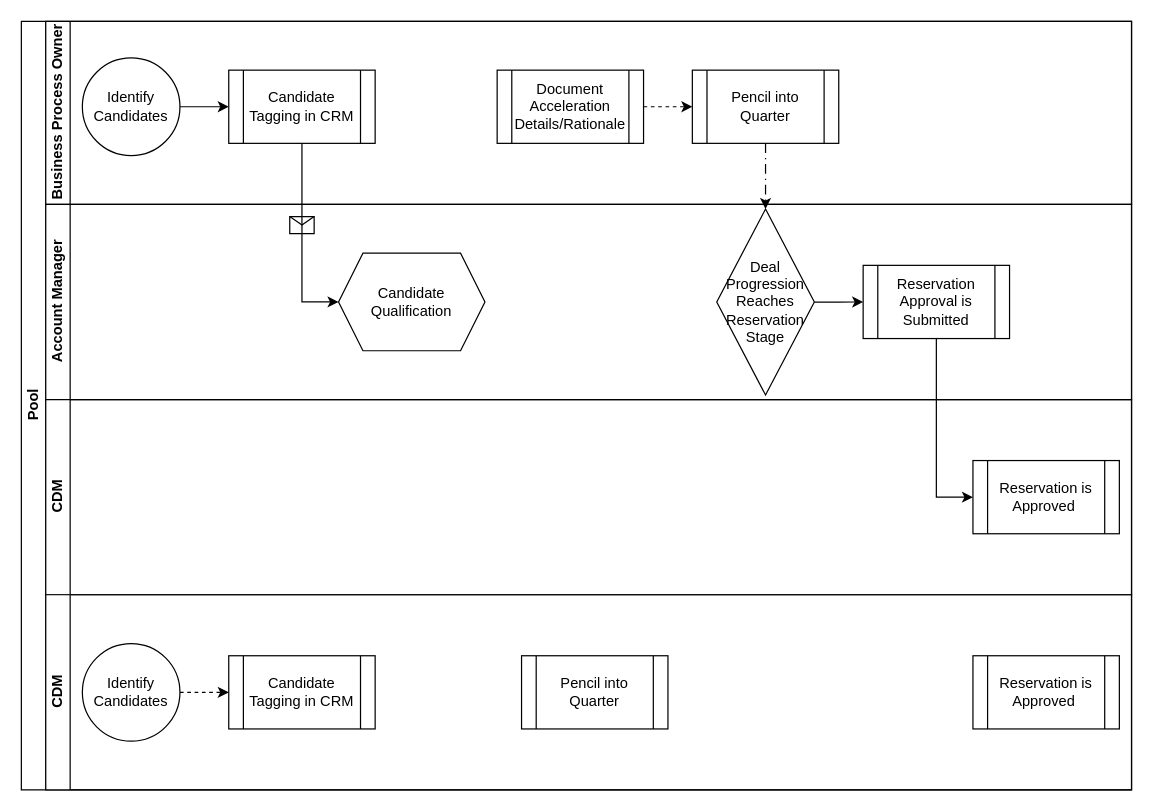
The draw.io diagram page "Ideal SwimLane" (5 of 5) of md/Slot Optimization Program Qualification.drawio in dclose84/Training, before the edit. Source tidied: cells renumbered, new cells numbered last; positions are measured from the earlier drawing's top-left corner, leaving out a move shared by most shapes. Both pictures are drawn from the tidied source at 122%, with x=0, y=0 at pixel (21, 21).
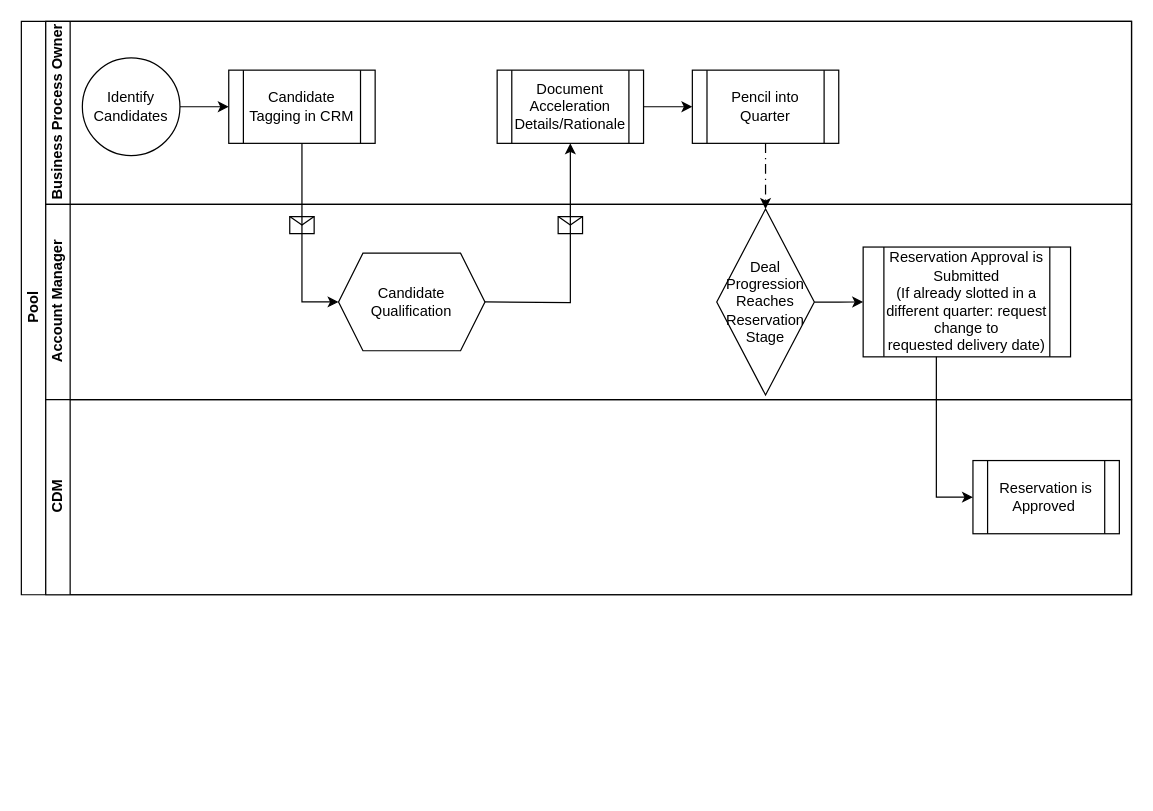
Above is the later version.

The change refers to these unchanged cells:
```xml
<mxCell id="3" value="Business Process Owner" style="swimlane;html=1;startSize=20;horizontal=0;" parent="2" vertex="1">
  <mxGeometry x="20" width="890" height="150" as="geometry" />
</mxCell>
<mxCell id="7" value="Document Acceleration Details/Rationale" style="shape=process;whiteSpace=wrap;html=1;backgroundOutline=1;" parent="3" vertex="1">
  <mxGeometry x="370" y="40" width="120" height="60" as="geometry" />
</mxCell>
<mxCell id="8" value="Pencil into Quarter" style="shape=process;whiteSpace=wrap;html=1;backgroundOutline=1;" parent="3" vertex="1">
  <mxGeometry x="530" y="40" width="120" height="60" as="geometry" />
</mxCell>
<mxCell id="11" value="Account Manager" style="swimlane;html=1;startSize=20;horizontal=0;" parent="2" vertex="1">
  <mxGeometry x="20" y="150" width="890" height="160" as="geometry" />
</mxCell>
<mxCell id="16" value="CDM" style="swimlane;html=1;startSize=20;horizontal=0;" parent="2" vertex="1">
  <mxGeometry x="20" y="310" width="890" height="160" as="geometry" />
</mxCell>
```

Diff of the diagram source:
```diff
@@
     <mxCell id="2" value="Pool" style="swimlane;html=1;horizontal=0;startSize=20;" parent="1" vertex="1">
-      <mxGeometry width="910" height="630" as="geometry" />
+      <mxGeometry width="910" height="470" as="geometry" />
     </mxCell>
@@
-    <mxCell id="9" style="endArrow=classic;html=1;rounded=0;entryX=0;entryY=0.5;entryDx=0;entryDy=0;exitX=1;exitY=0.5;exitDx=0;exitDy=0;dashed=1;" parent="3" edge="1" source="7" target="8">
+    <mxCell id="9" style="endArrow=classic;html=1;rounded=0;entryX=0;entryY=0.5;entryDx=0;entryDy=0;exitX=1;exitY=0.5;exitDx=0;exitDy=0;" parent="3" edge="1" source="7" target="8">
       <mxGeometry relative="1" as="geometry" />
     </mxCell>
@@
-    <mxCell id="15" value="Reservation Approval is Submitted" style="shape=process;whiteSpace=wrap;html=1;backgroundOutline=1;" parent="11" vertex="1">
-      <mxGeometry x="670" y="50" width="120" height="60" as="geometry" />
+    <mxCell id="15" value="Reservation Approval is Submitted&lt;div&gt;(If&amp;nbsp;&lt;span style=&quot;background-color: transparent; color: light-dark(rgb(0, 0, 0), rgb(255, 255, 255));&quot;&gt;already slotted in a different quarter:&lt;/span&gt;&lt;span style=&quot;background-color: transparent; color: light-dark(rgb(0, 0, 0), rgb(255, 255, 255));&quot;&gt;&amp;nbsp;&lt;/span&gt;&lt;span style=&quot;background-color: transparent; color: light-dark(rgb(0, 0, 0), rgb(255, 255, 255));&quot;&gt;request change to requested&lt;/span&gt;&lt;span style=&quot;background-color: transparent; color: light-dark(rgb(0, 0, 0), rgb(255, 255, 255));&quot;&gt;&amp;nbsp;delivery date)&lt;/span&gt;&lt;/div&gt;" style="shape=process;whiteSpace=wrap;html=1;backgroundOutline=1;" parent="11" vertex="1">
+      <mxGeometry x="670" y="35" width="170" height="90" as="geometry" />
     </mxCell>
+    <mxCell id="27" style="shape=message;html=1;" parent="11" vertex="1">
+      <mxGeometry x="420" y="10" width="20" height="14" as="geometry" />
+    </mxCell>
@@
-    <mxCell id="18" value="CDM" style="swimlane;html=1;startSize=20;horizontal=0;" parent="2" vertex="1">
-      <mxGeometry x="20" y="470" width="890" height="160" as="geometry" />
-    </mxCell>
-    <mxCell id="19" value="Reservation is Approved&amp;nbsp;" style="shape=process;whiteSpace=wrap;html=1;backgroundOutline=1;" parent="18" vertex="1">
-      <mxGeometry x="760" y="50" width="120" height="60" as="geometry" />
-    </mxCell>
-    <mxCell id="20" style="edgeStyle=orthogonalEdgeStyle;rounded=0;jettySize=auto;html=1;entryX=0;entryY=0.5;entryDx=0;entryDy=0;dashed=1;" parent="18" edge="1" source="21" target="22">
-      <mxGeometry relative="1" as="geometry" />
-    </mxCell>
-    <mxCell id="21" value="&lt;div&gt;Identify Candidates&lt;/div&gt;" style="ellipse;whiteSpace=wrap;html=1;" parent="18" vertex="1">
-      <mxGeometry x="30" y="40" width="80" height="80" as="geometry" />
-    </mxCell>
-    <mxCell id="22" value="Candidate Tagging in CRM" style="shape=process;whiteSpace=wrap;html=1;backgroundOutline=1;" parent="18" vertex="1">
-      <mxGeometry x="150" y="50" width="120" height="60" as="geometry" />
-    </mxCell>
-    <mxCell id="23" value="Pencil into Quarter" style="shape=process;whiteSpace=wrap;html=1;backgroundOutline=1;" parent="18" vertex="1">
-      <mxGeometry x="390" y="50" width="120" height="60" as="geometry" />
-    </mxCell>
+    <mxCell id="28" style="edgeStyle=orthogonalEdgeStyle;rounded=0;jettySize=auto;html=1;entryX=0.5;entryY=1;entryDx=0;entryDy=0;exitX=0.5;exitY=1;exitDx=0;exitDy=0;" parent="16" edge="1" target="7">
+      <mxGeometry relative="1" as="geometry">
+        <mxPoint x="360" y="-80" as="sourcePoint" />
+      </mxGeometry>
+    </mxCell>
```
